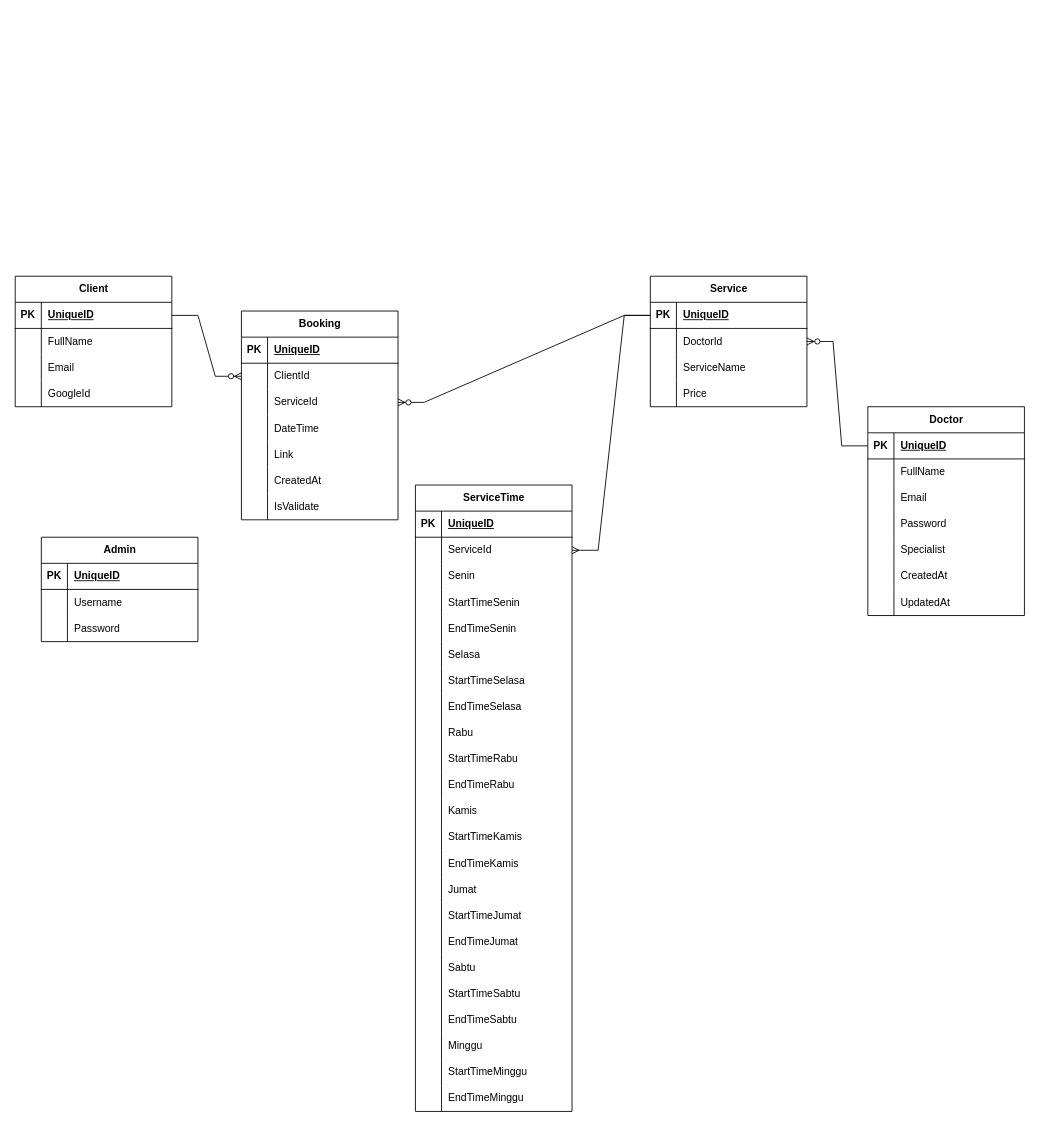
Before: kamandaka-care.drawio in najmulazka/kamandaka-care, a draw.io diagram. Source tidied: cells renumbered, new cells numbered last; positions are measured from the earlier drawing's top-left corner, leaving out a move shared by most shapes. Both pictures are drawn from the tidied source at 87%, with x=0, y=0 at pixel (15, 276).
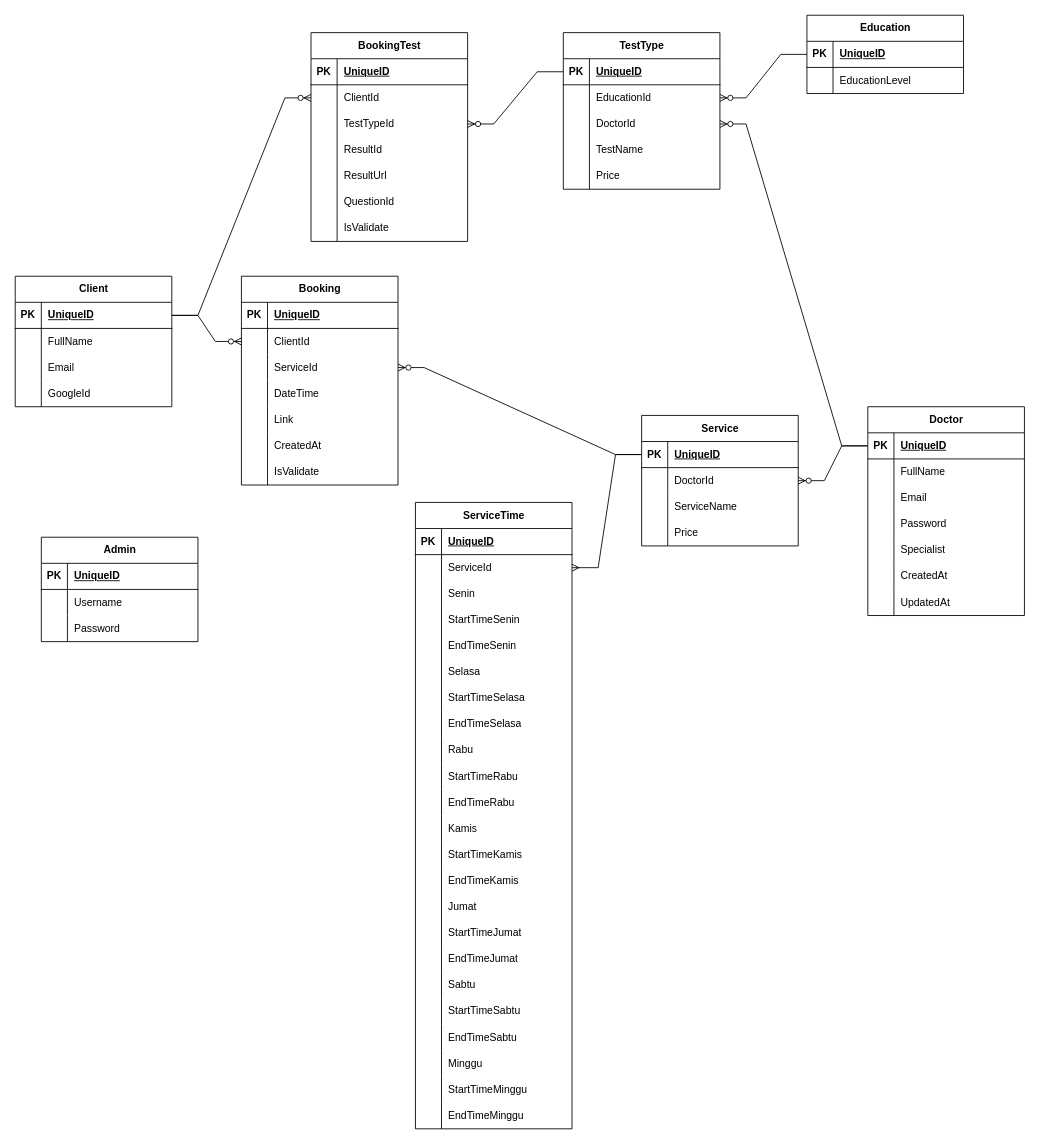
Above is the later version.

Unchanged cells that the change refers to:
```xml
<mxCell id="13" style="shape=tableRow;horizontal=0;startSize=0;swimlaneHead=0;swimlaneBody=0;fillColor=none;points=[[0,0.5],[1,0.5]];portConstraint=eastwest;top=0;left=0;right=0;bottom=1;" parent="12" vertex="1">
  <mxGeometry y="30" width="180" height="30" as="geometry" />
</mxCell>
<mxCell id="35" style="shape=tableRow;horizontal=0;startSize=0;swimlaneHead=0;swimlaneBody=0;fillColor=none;points=[[0,0.5],[1,0.5]];portConstraint=eastwest;top=0;left=0;right=0;bottom=1;" parent="34" vertex="1">
  <mxGeometry y="30" width="180" height="30" as="geometry" />
</mxCell>
```

What changed in the source:
```diff
@@
     <mxCell id="47" value="Booking" style="shape=table;startSize=30;childLayout=tableLayout;rowLines=0;fontStyle=1;align=center;html=1;" parent="1" vertex="1">
-      <mxGeometry x="260" y="40" width="180" height="240" as="geometry" />
+      <mxGeometry x="260" width="180" height="240" as="geometry" />
     </mxCell>
@@
     <mxCell id="69" value="Service" style="shape=table;startSize=30;childLayout=tableLayout;rowLines=0;fontStyle=1;align=center;html=1;" parent="1" vertex="1">
-      <mxGeometry x="730" width="180" height="150" as="geometry" />
+      <mxGeometry x="720" y="160" width="180" height="150" as="geometry" />
     </mxCell>
@@
     <mxCell id="85" value="ServiceTime" style="shape=table;startSize=30;childLayout=tableLayout;rowLines=0;fontStyle=1;align=center;html=1;" parent="1" vertex="1">
-      <mxGeometry x="460" y="240" width="180" height="720" as="geometry" />
+      <mxGeometry x="460" y="260" width="180" height="720" as="geometry" />
     </mxCell>
@@
+    <mxCell id="156" value="Education" style="shape=table;startSize=30;childLayout=tableLayout;rowLines=0;fontStyle=1;align=center;html=1;" parent="1" vertex="1">
+      <mxGeometry x="910" y="-300" width="180" height="90" as="geometry" />
+    </mxCell>
+    <mxCell id="157" style="shape=tableRow;horizontal=0;startSize=0;swimlaneHead=0;swimlaneBody=0;fillColor=none;points=[[0,0.5],[1,0.5]];portConstraint=eastwest;top=0;left=0;right=0;bottom=1;" parent="156" vertex="1">
+      <mxGeometry y="30" width="180" height="30" as="geometry" />
+    </mxCell>
+    <mxCell id="158" value="PK" style="shape=partialRectangle;fillColor=none;top=0;left=0;bottom=0;right=0;fontStyle=1;overflow=hidden;whiteSpace=wrap;html=1;" parent="157" vertex="1">
+      <mxGeometry width="30" height="30" as="geometry" />
+    </mxCell>
+    <mxCell id="159" value="UniqueID" style="shape=partialRectangle;fillColor=none;top=0;left=0;bottom=0;right=0;align=left;spacingLeft=6;fontStyle=5;overflow=hidden;whiteSpace=wrap;html=1;" parent="157" vertex="1">
+      <mxGeometry x="30" width="150" height="30" as="geometry" />
+    </mxCell>
+    <mxCell id="160" style="shape=tableRow;horizontal=0;startSize=0;swimlaneHead=0;swimlaneBody=0;fillColor=none;top=0;left=0;right=0;bottom=0;" parent="156" vertex="1">
+      <mxGeometry y="60" width="180" height="30" as="geometry" />
+    </mxCell>
+    <mxCell id="161" style="shape=partialRectangle;fillColor=none;top=0;left=0;bottom=0;right=0;overflow=hidden;whiteSpace=wrap;html=1;" parent="160" vertex="1">
+      <mxGeometry width="30" height="30" as="geometry" />
+    </mxCell>
+    <mxCell id="162" value="EducationLevel" style="shape=partialRectangle;fillColor=none;top=0;left=0;bottom=0;right=0;align=left;spacingLeft=6;overflow=hidden;whiteSpace=wrap;html=1;" parent="160" vertex="1">
+      <mxGeometry x="30" width="150" height="30" as="geometry" />
+    </mxCell>
+    <mxCell id="163" value="TestType" style="shape=table;startSize=30;childLayout=tableLayout;rowLines=0;fontStyle=1;align=center;html=1;" parent="1" vertex="1">
+      <mxGeometry x="630" y="-280" width="180" height="180" as="geometry" />
+    </mxCell>
+    <mxCell id="164" style="shape=tableRow;horizontal=0;startSize=0;swimlaneHead=0;swimlaneBody=0;fillColor=none;points=[[0,0.5],[1,0.5]];portConstraint=eastwest;top=0;left=0;right=0;bottom=1;" parent="163" vertex="1">
+      <mxGeometry y="30" width="180" height="30" as="geometry" />
+    </mxCell>
+    <mxCell id="165" value="PK" style="shape=partialRectangle;fillColor=none;top=0;left=0;bottom=0;right=0;fontStyle=1;overflow=hidden;whiteSpace=wrap;html=1;" parent="164" vertex="1">
+      <mxGeometry width="30" height="30" as="geometry" />
+    </mxCell>
+    <mxCell id="166" value="UniqueID" style="shape=partialRectangle;fillColor=none;top=0;left=0;bottom=0;right=0;align=left;spacingLeft=6;fontStyle=5;overflow=hidden;whiteSpace=wrap;html=1;" parent="164" vertex="1">
+      <mxGeometry x="30" width="150" height="30" as="geometry" />
+    </mxCell>
+    <mxCell id="167" style="shape=tableRow;horizontal=0;startSize=0;swimlaneHead=0;swimlaneBody=0;fillColor=none;points=[[0,0.5],[1,0.5]];portConstraint=eastwest;top=0;left=0;right=0;bottom=0;" parent="163" vertex="1">
+      <mxGeometry y="60" width="180" height="30" as="geometry" />
+    </mxCell>
+    <mxCell id="168" style="shape=partialRectangle;fillColor=none;top=0;left=0;bottom=0;right=0;overflow=hidden;whiteSpace=wrap;html=1;" parent="167" vertex="1">
+      <mxGeometry width="30" height="30" as="geometry" />
+    </mxCell>
+    <mxCell id="169" value="EducationId" style="shape=partialRectangle;fillColor=none;top=0;left=0;bottom=0;right=0;align=left;spacingLeft=6;overflow=hidden;whiteSpace=wrap;html=1;" parent="167" vertex="1">
+      <mxGeometry x="30" width="150" height="30" as="geometry" />
+    </mxCell>
+    <mxCell id="170" style="shape=tableRow;horizontal=0;startSize=0;swimlaneHead=0;swimlaneBody=0;fillColor=none;points=[[0,0.5],[1,0.5]];portConstraint=eastwest;top=0;left=0;right=0;bottom=0;" parent="163" vertex="1">
+      <mxGeometry y="90" width="180" height="30" as="geometry" />
+    </mxCell>
+    <mxCell id="171" style="shape=partialRectangle;fillColor=none;top=0;left=0;bottom=0;right=0;overflow=hidden;whiteSpace=wrap;html=1;" parent="170" vertex="1">
+      <mxGeometry width="30" height="30" as="geometry" />
+    </mxCell>
+    <mxCell id="172" value="DoctorId" style="shape=partialRectangle;fillColor=none;top=0;left=0;bottom=0;right=0;align=left;spacingLeft=6;overflow=hidden;whiteSpace=wrap;html=1;" parent="170" vertex="1">
+      <mxGeometry x="30" width="150" height="30" as="geometry" />
+    </mxCell>
+    <mxCell id="173" style="shape=tableRow;horizontal=0;startSize=0;swimlaneHead=0;swimlaneBody=0;fillColor=none;top=0;left=0;right=0;bottom=0;" parent="163" vertex="1">
+      <mxGeometry y="120" width="180" height="30" as="geometry" />
+    </mxCell>
+    <mxCell id="174" style="shape=partialRectangle;fillColor=none;top=0;left=0;bottom=0;right=0;overflow=hidden;whiteSpace=wrap;html=1;" parent="173" vertex="1">
+      <mxGeometry width="30" height="30" as="geometry" />
+    </mxCell>
+    <mxCell id="175" value="TestName" style="shape=partialRectangle;fillColor=none;top=0;left=0;bottom=0;right=0;align=left;spacingLeft=6;overflow=hidden;whiteSpace=wrap;html=1;" parent="173" vertex="1">
+      <mxGeometry x="30" width="150" height="30" as="geometry" />
+    </mxCell>
+    <mxCell id="176" style="shape=tableRow;horizontal=0;startSize=0;swimlaneHead=0;swimlaneBody=0;fillColor=none;top=0;left=0;right=0;bottom=0;" parent="163" vertex="1">
+      <mxGeometry y="150" width="180" height="30" as="geometry" />
+    </mxCell>
+    <mxCell id="177" style="shape=partialRectangle;fillColor=none;top=0;left=0;bottom=0;right=0;overflow=hidden;whiteSpace=wrap;html=1;" parent="176" vertex="1">
+      <mxGeometry width="30" height="30" as="geometry" />
+    </mxCell>
+    <mxCell id="178" value="Price" style="shape=partialRectangle;fillColor=none;top=0;left=0;bottom=0;right=0;align=left;spacingLeft=6;overflow=hidden;whiteSpace=wrap;html=1;" parent="176" vertex="1">
+      <mxGeometry x="30" width="150" height="30" as="geometry" />
+    </mxCell>
+    <mxCell id="179" style="edgeStyle=entityRelationEdgeStyle;fontSize=12;html=1;endArrow=ERzeroToMany;endFill=1;rounded=0;exitX=0;exitY=0.5;exitDx=0;exitDy=0;entryX=1;entryY=0.5;entryDx=0;entryDy=0;" parent="1" edge="1" source="157" target="167">
+      <mxGeometry relative="1" as="geometry" />
+    </mxCell>
+    <mxCell id="180" value="BookingTest" style="shape=table;startSize=30;childLayout=tableLayout;rowLines=0;fontStyle=1;align=center;html=1;" parent="1" vertex="1">
+      <mxGeometry x="340" y="-280" width="180" height="240" as="geometry" />
+    </mxCell>
+    <mxCell id="181" style="shape=tableRow;horizontal=0;startSize=0;swimlaneHead=0;swimlaneBody=0;fillColor=none;top=0;left=0;right=0;bottom=1;" parent="180" vertex="1">
+      <mxGeometry y="30" width="180" height="30" as="geometry" />
+    </mxCell>
+    <mxCell id="182" value="PK" style="shape=partialRectangle;fillColor=none;top=0;left=0;bottom=0;right=0;fontStyle=1;overflow=hidden;whiteSpace=wrap;html=1;" parent="181" vertex="1">
+      <mxGeometry width="30" height="30" as="geometry" />
+    </mxCell>
+    <mxCell id="183" value="UniqueID" style="shape=partialRectangle;fillColor=none;top=0;left=0;bottom=0;right=0;align=left;spacingLeft=6;fontStyle=5;overflow=hidden;whiteSpace=wrap;html=1;" parent="181" vertex="1">
+      <mxGeometry x="30" width="150" height="30" as="geometry" />
+    </mxCell>
+    <mxCell id="184" style="shape=tableRow;horizontal=0;startSize=0;swimlaneHead=0;swimlaneBody=0;fillColor=none;points=[[0,0.5],[1,0.5]];portConstraint=eastwest;top=0;left=0;right=0;bottom=0;" parent="180" vertex="1">
+      <mxGeometry y="60" width="180" height="30" as="geometry" />
+    </mxCell>
+    <mxCell id="185" style="shape=partialRectangle;fillColor=none;top=0;left=0;bottom=0;right=0;overflow=hidden;whiteSpace=wrap;html=1;" parent="184" vertex="1">
+      <mxGeometry width="30" height="30" as="geometry" />
+    </mxCell>
+    <mxCell id="186" value="ClientId" style="shape=partialRectangle;fillColor=none;top=0;left=0;bottom=0;right=0;align=left;spacingLeft=6;overflow=hidden;whiteSpace=wrap;html=1;" parent="184" vertex="1">
+      <mxGeometry x="30" width="150" height="30" as="geometry" />
+    </mxCell>
+    <mxCell id="187" style="shape=tableRow;horizontal=0;startSize=0;swimlaneHead=0;swimlaneBody=0;fillColor=none;points=[[0,0.5],[1,0.5]];portConstraint=eastwest;top=0;left=0;right=0;bottom=0;" parent="180" vertex="1">
+      <mxGeometry y="90" width="180" height="30" as="geometry" />
+    </mxCell>
+    <mxCell id="188" style="shape=partialRectangle;fillColor=none;top=0;left=0;bottom=0;right=0;overflow=hidden;whiteSpace=wrap;html=1;" parent="187" vertex="1">
+      <mxGeometry width="30" height="30" as="geometry" />
+    </mxCell>
+    <mxCell id="189" value="TestTypeId" style="shape=partialRectangle;fillColor=none;top=0;left=0;bottom=0;right=0;align=left;spacingLeft=6;overflow=hidden;whiteSpace=wrap;html=1;" parent="187" vertex="1">
+      <mxGeometry x="30" width="150" height="30" as="geometry" />
+    </mxCell>
+    <mxCell id="190" style="shape=tableRow;horizontal=0;startSize=0;swimlaneHead=0;swimlaneBody=0;fillColor=none;top=0;left=0;right=0;bottom=0;" parent="180" vertex="1">
+      <mxGeometry y="120" width="180" height="30" as="geometry" />
+    </mxCell>
+    <mxCell id="191" style="shape=partialRectangle;fillColor=none;top=0;left=0;bottom=0;right=0;overflow=hidden;whiteSpace=wrap;html=1;" parent="190" vertex="1">
+      <mxGeometry width="30" height="30" as="geometry" />
+    </mxCell>
+    <mxCell id="192" value="ResultId" style="shape=partialRectangle;fillColor=none;top=0;left=0;bottom=0;right=0;align=left;spacingLeft=6;overflow=hidden;whiteSpace=wrap;html=1;" parent="190" vertex="1">
+      <mxGeometry x="30" width="150" height="30" as="geometry" />
+    </mxCell>
+    <mxCell id="193" style="shape=tableRow;horizontal=0;startSize=0;swimlaneHead=0;swimlaneBody=0;fillColor=none;top=0;left=0;right=0;bottom=0;" parent="180" vertex="1">
+      <mxGeometry y="150" width="180" height="30" as="geometry" />
+    </mxCell>
+    <mxCell id="194" style="shape=partialRectangle;fillColor=none;top=0;left=0;bottom=0;right=0;overflow=hidden;whiteSpace=wrap;html=1;" parent="193" vertex="1">
+      <mxGeometry width="30" height="30" as="geometry" />
+    </mxCell>
+    <mxCell id="195" value="ResultUrl" style="shape=partialRectangle;fillColor=none;top=0;left=0;bottom=0;right=0;align=left;spacingLeft=6;overflow=hidden;whiteSpace=wrap;html=1;" parent="193" vertex="1">
+      <mxGeometry x="30" width="150" height="30" as="geometry" />
+    </mxCell>
+    <mxCell id="196" style="shape=tableRow;horizontal=0;startSize=0;swimlaneHead=0;swimlaneBody=0;fillColor=none;top=0;left=0;right=0;bottom=0;" parent="180" vertex="1">
+      <mxGeometry y="180" width="180" height="30" as="geometry" />
+    </mxCell>
+    <mxCell id="197" style="shape=partialRectangle;fillColor=none;top=0;left=0;bottom=0;right=0;overflow=hidden;whiteSpace=wrap;html=1;" parent="196" vertex="1">
+      <mxGeometry width="30" height="30" as="geometry" />
+    </mxCell>
+    <mxCell id="198" value="QuestionId" style="shape=partialRectangle;fillColor=none;top=0;left=0;bottom=0;right=0;align=left;spacingLeft=6;overflow=hidden;whiteSpace=wrap;html=1;" parent="196" vertex="1">
+      <mxGeometry x="30" width="150" height="30" as="geometry" />
+    </mxCell>
+    <mxCell id="199" style="shape=tableRow;horizontal=0;startSize=0;swimlaneHead=0;swimlaneBody=0;fillColor=none;top=0;left=0;right=0;bottom=0;" parent="180" vertex="1">
+      <mxGeometry y="210" width="180" height="30" as="geometry" />
+    </mxCell>
+    <mxCell id="200" style="shape=partialRectangle;fillColor=none;top=0;left=0;bottom=0;right=0;overflow=hidden;whiteSpace=wrap;html=1;" parent="199" vertex="1">
+      <mxGeometry width="30" height="30" as="geometry" />
+    </mxCell>
+    <mxCell id="201" value="IsValidate" style="shape=partialRectangle;fillColor=none;top=0;left=0;bottom=0;right=0;align=left;spacingLeft=6;overflow=hidden;whiteSpace=wrap;html=1;" parent="199" vertex="1">
+      <mxGeometry x="30" width="150" height="30" as="geometry" />
+    </mxCell>
+    <mxCell id="202" style="edgeStyle=entityRelationEdgeStyle;fontSize=12;html=1;endArrow=ERzeroToMany;endFill=1;rounded=0;exitX=0;exitY=0.5;exitDx=0;exitDy=0;entryX=1;entryY=0.5;entryDx=0;entryDy=0;" parent="1" edge="1" source="164" target="187">
+      <mxGeometry relative="1" as="geometry" />
+    </mxCell>
+    <mxCell id="203" style="edgeStyle=entityRelationEdgeStyle;fontSize=12;html=1;endArrow=ERzeroToMany;endFill=1;rounded=0;exitX=0;exitY=0.5;exitDx=0;exitDy=0;entryX=1;entryY=0.5;entryDx=0;entryDy=0;" parent="1" edge="1" source="13" target="170">
+      <mxGeometry relative="1" as="geometry" />
+    </mxCell>
+    <mxCell id="204" style="edgeStyle=entityRelationEdgeStyle;fontSize=12;html=1;endArrow=ERzeroToMany;endFill=1;rounded=0;exitX=1;exitY=0.5;exitDx=0;exitDy=0;entryX=0;entryY=0.5;entryDx=0;entryDy=0;" parent="1" edge="1" source="35" target="184">
+      <mxGeometry relative="1" as="geometry" />
+    </mxCell>
```
